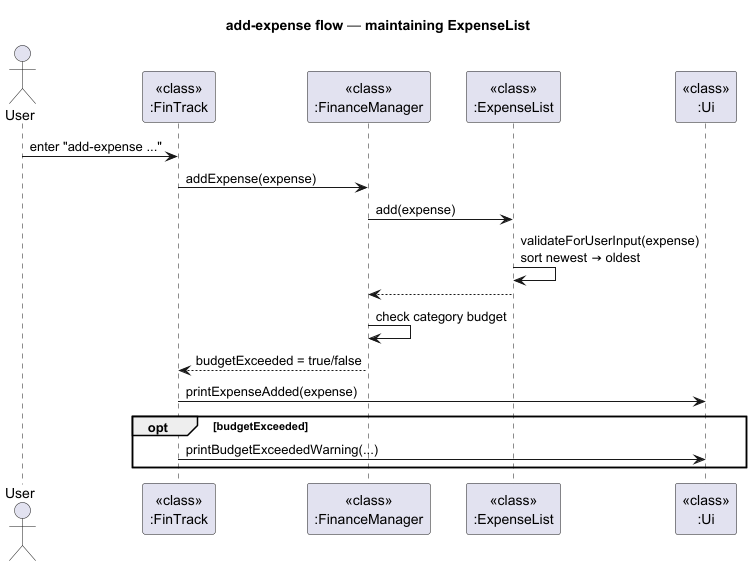
AY2526S1-CS2113-W12-4/tp keeps this PlantUML diagram as docs/images/FinanceManager_add-expense_DG.png. Above is the earlier version. The source it was exported from:
```plantuml
@startuml
title add-expense flow — maintaining ExpenseList

actor User
participant "<<class>>\n:FinTrack" as FinTrack
participant "<<class>>\n:FinanceManager" as FM
participant "<<class>>\n:ExpenseList" as ExpList
participant "<<class>>\n:Ui" as Ui

User -> FinTrack : enter "add-expense ..."
FinTrack -> FM : addExpense(expense)
FM -> ExpList : add(expense)
ExpList -> ExpList : validateForUserInput(expense)\nsort newest → oldest
ExpList --> FM

FM -> FM : check category budget
FM --> FinTrack : budgetExceeded = true/false

FinTrack -> Ui : printExpenseAdded(expense)
opt budgetExceeded
  FinTrack -> Ui : printBudgetExceededWarning(...)
end
@enduml
```
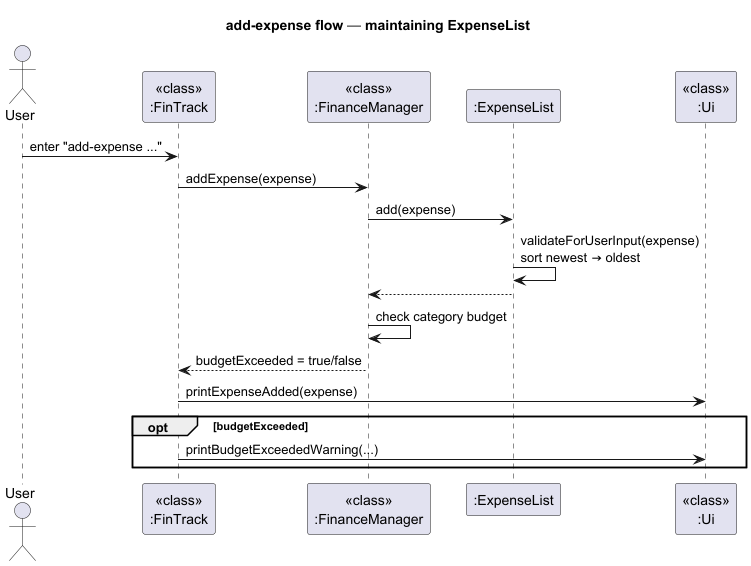
After the change.

Commit message:
Update sequence diagram image

The edit, as a diff of the source:
```diff
@@ -4,7 +4,7 @@
 actor User
 participant "<<class>>\n:FinTrack" as FinTrack
 participant "<<class>>\n:FinanceManager" as FM
-participant "<<class>>\n:ExpenseList" as ExpList
+participant ":ExpenseList" as ExpList
 participant "<<class>>\n:Ui" as Ui
 
 User -> FinTrack : enter "add-expense ..."
```
